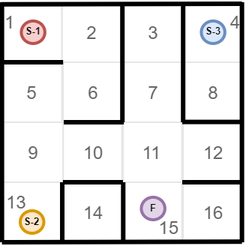
Above: Module7/practice/01_Maze-1/img/maze-task01.png in boo-learn/SpecialistPython2_v2 (draw.io), before the change. Source tidied: cells renumbered, new cells last; positions are measured from the earlier drawing's top-left corner, leaving out a move shared by most shapes. Its diagram source:
```xml
<mxGraphModel>
  <root>
    <mxCell id="0" />
    <mxCell id="1" parent="0" />
    <mxCell id="2" value="&lt;font color=&quot;#666666&quot;&gt;1&lt;/font&gt;" style="rounded=0;whiteSpace=wrap;html=1;fillColor=none;strokeColor=#E6E6E6;align=left;verticalAlign=top;" parent="1" vertex="1">
      <mxGeometry x="-0.2" width="40" height="40" as="geometry" />
    </mxCell>
    <mxCell id="3" value="&lt;font color=&quot;#666666&quot;&gt;2&lt;/font&gt;" style="rounded=0;whiteSpace=wrap;html=1;fillColor=none;strokeColor=#E6E6E6;" parent="1" vertex="1">
      <mxGeometry x="39.8" width="40" height="40" as="geometry" />
    </mxCell>
    <mxCell id="4" value="&lt;font color=&quot;#666666&quot;&gt;3&lt;/font&gt;" style="rounded=0;whiteSpace=wrap;html=1;fillColor=none;strokeColor=#E6E6E6;" parent="1" vertex="1">
      <mxGeometry x="80.6" width="40" height="40" as="geometry" />
    </mxCell>
    <mxCell id="5" value="&lt;font color=&quot;#666666&quot;&gt;4&lt;/font&gt;" style="rounded=0;whiteSpace=wrap;html=1;fillColor=none;strokeColor=#E6E6E6;align=right;verticalAlign=top;" parent="1" vertex="1">
      <mxGeometry x="120.6" width="40" height="40" as="geometry" />
    </mxCell>
    <mxCell id="6" value="&lt;font color=&quot;#666666&quot;&gt;5&lt;/font&gt;" style="rounded=0;whiteSpace=wrap;html=1;fillColor=none;strokeColor=#E6E6E6;" parent="1" vertex="1">
      <mxGeometry x="-0.2" y="40" width="40" height="40" as="geometry" />
    </mxCell>
    <mxCell id="7" value="&lt;font color=&quot;#666666&quot;&gt;6&lt;/font&gt;" style="rounded=0;whiteSpace=wrap;html=1;fillColor=none;strokeColor=#E6E6E6;" parent="1" vertex="1">
      <mxGeometry x="40.6" y="40" width="40" height="40" as="geometry" />
    </mxCell>
    <mxCell id="8" value="&lt;font color=&quot;#666666&quot;&gt;7&lt;/font&gt;" style="rounded=0;whiteSpace=wrap;html=1;fillColor=none;strokeColor=#E6E6E6;" parent="1" vertex="1">
      <mxGeometry x="80.6" y="40" width="40" height="40" as="geometry" />
    </mxCell>
    <mxCell id="9" value="&lt;font color=&quot;#666666&quot;&gt;8&lt;/font&gt;" style="rounded=0;whiteSpace=wrap;html=1;fillColor=none;strokeColor=#E6E6E6;" parent="1" vertex="1">
      <mxGeometry x="120.6" y="40" width="40" height="40" as="geometry" />
    </mxCell>
    <mxCell id="10" value="&lt;font color=&quot;#666666&quot;&gt;9&lt;/font&gt;" style="rounded=0;whiteSpace=wrap;html=1;fillColor=none;strokeColor=#E6E6E6;" parent="1" vertex="1">
      <mxGeometry x="0.6" y="80" width="40" height="40" as="geometry" />
    </mxCell>
    <mxCell id="11" value="&lt;font color=&quot;#666666&quot;&gt;10&lt;/font&gt;" style="rounded=0;whiteSpace=wrap;html=1;fillColor=none;strokeColor=#E6E6E6;" parent="1" vertex="1">
      <mxGeometry x="40.6" y="80" width="40" height="40" as="geometry" />
    </mxCell>
    <mxCell id="12" value="&lt;font color=&quot;#666666&quot;&gt;11&lt;/font&gt;" style="rounded=0;whiteSpace=wrap;html=1;fillColor=none;strokeColor=#E6E6E6;" parent="1" vertex="1">
      <mxGeometry x="79.8" y="80" width="40" height="40" as="geometry" />
    </mxCell>
    <mxCell id="13" value="&lt;font color=&quot;#666666&quot;&gt;12&lt;/font&gt;" style="rounded=0;whiteSpace=wrap;html=1;fillColor=none;strokeColor=#E6E6E6;" parent="1" vertex="1">
      <mxGeometry x="120.6" y="80" width="40" height="40" as="geometry" />
    </mxCell>
    <mxCell id="14" value="&lt;font color=&quot;#666666&quot;&gt;13&lt;/font&gt;" style="rounded=0;whiteSpace=wrap;html=1;fillColor=none;strokeColor=#E6E6E6;align=left;verticalAlign=top;" parent="1" vertex="1">
      <mxGeometry x="0.6" y="120" width="40" height="40" as="geometry" />
    </mxCell>
    <mxCell id="15" value="&lt;font color=&quot;#666666&quot;&gt;14&lt;/font&gt;" style="rounded=0;whiteSpace=wrap;html=1;fillColor=none;strokeColor=#E6E6E6;" parent="1" vertex="1">
      <mxGeometry x="40.6" y="120" width="40" height="40" as="geometry" />
    </mxCell>
    <mxCell id="16" value="&lt;font color=&quot;#666666&quot;&gt;15&lt;/font&gt;" style="rounded=0;whiteSpace=wrap;html=1;fillColor=none;strokeColor=#E6E6E6;align=right;verticalAlign=bottom;" parent="1" vertex="1">
      <mxGeometry x="79.8" y="120" width="40" height="40" as="geometry" />
    </mxCell>
    <mxCell id="17" value="&lt;font color=&quot;#666666&quot;&gt;16&lt;/font&gt;" style="rounded=0;whiteSpace=wrap;html=1;fillColor=none;strokeColor=#E6E6E6;" parent="1" vertex="1">
      <mxGeometry x="120.6" y="120" width="40" height="40" as="geometry" />
    </mxCell>
    <mxCell id="18" style="endArrow=none;html=1;strokeWidth=3;" parent="1" edge="1">
      <mxGeometry relative="1" as="geometry">
        <mxPoint x="0.6" y="40" as="sourcePoint" />
        <mxPoint x="40.6" y="40" as="targetPoint" />
      </mxGeometry>
    </mxCell>
    <mxCell id="19" style="endArrow=none;html=1;strokeWidth=3;" parent="1" edge="1">
      <mxGeometry relative="1" as="geometry">
        <mxPoint x="80.1" y="40" as="sourcePoint" />
        <mxPoint x="80.1" as="targetPoint" />
      </mxGeometry>
    </mxCell>
    <mxCell id="20" style="endArrow=none;html=1;strokeWidth=3;" parent="1" edge="1">
      <mxGeometry relative="1" as="geometry">
        <mxPoint x="80.1" y="80" as="sourcePoint" />
        <mxPoint x="80.1" y="40" as="targetPoint" />
      </mxGeometry>
    </mxCell>
    <mxCell id="21" style="endArrow=none;html=1;strokeWidth=3;" parent="1" edge="1">
      <mxGeometry relative="1" as="geometry">
        <mxPoint x="40" y="160" as="sourcePoint" />
        <mxPoint x="40" y="120" as="targetPoint" />
      </mxGeometry>
    </mxCell>
    <mxCell id="22" style="endArrow=none;html=1;strokeWidth=3;" parent="1" edge="1">
      <mxGeometry relative="1" as="geometry">
        <mxPoint x="41" y="80" as="sourcePoint" />
        <mxPoint x="81" y="80" as="targetPoint" />
      </mxGeometry>
    </mxCell>
    <mxCell id="23" style="endArrow=none;html=1;strokeWidth=3;" parent="1" edge="1">
      <mxGeometry relative="1" as="geometry">
        <mxPoint x="40.5" y="120" as="sourcePoint" />
        <mxPoint x="80.5" y="120" as="targetPoint" />
      </mxGeometry>
    </mxCell>
    <mxCell id="24" style="endArrow=none;html=1;strokeColor=#000000;strokeWidth=3;" parent="1" edge="1">
      <mxGeometry relative="1" as="geometry">
        <mxPoint x="120" y="120" as="sourcePoint" />
        <mxPoint x="160" y="120" as="targetPoint" />
      </mxGeometry>
    </mxCell>
    <mxCell id="25" style="endArrow=none;html=1;strokeWidth=3;" parent="1" edge="1">
      <mxGeometry relative="1" as="geometry">
        <mxPoint x="120" y="79.8" as="sourcePoint" />
        <mxPoint x="160" y="79.8" as="targetPoint" />
      </mxGeometry>
    </mxCell>
    <mxCell id="26" style="endArrow=none;html=1;strokeWidth=3;" parent="1" edge="1">
      <mxGeometry relative="1" as="geometry">
        <mxPoint x="120.6" y="80" as="sourcePoint" />
        <mxPoint x="120.6" y="40" as="targetPoint" />
      </mxGeometry>
    </mxCell>
    <mxCell id="27" style="endArrow=none;html=1;strokeWidth=3;" parent="1" edge="1">
      <mxGeometry relative="1" as="geometry">
        <mxPoint x="120.6" y="40" as="sourcePoint" />
        <mxPoint x="120.6" as="targetPoint" />
      </mxGeometry>
    </mxCell>
    <mxCell id="28" style="endArrow=none;html=1;strokeWidth=3;" parent="1" edge="1">
      <mxGeometry relative="1" as="geometry">
        <mxPoint x="80.7" y="160" as="sourcePoint" />
        <mxPoint x="80.7" y="120" as="targetPoint" />
      </mxGeometry>
    </mxCell>
    <mxCell id="29" value="&lt;font style=&quot;font-size: 8px ; line-height: 100%&quot;&gt;&lt;sup&gt;&lt;b&gt;S-1&lt;/b&gt;&lt;/sup&gt;&lt;/font&gt;" style="ellipse;whiteSpace=wrap;html=1;strokeColor=#b85450;strokeWidth=2;fillColor=#f8cecc;align=center;" parent="1" vertex="1">
      <mxGeometry x="12.7" y="12.5" width="15.7" height="15" as="geometry" />
    </mxCell>
    <mxCell id="30" value="&lt;font style=&quot;font-size: 8px ; line-height: 100%&quot;&gt;&lt;sup&gt;&lt;b&gt;S-2&lt;/b&gt;&lt;/sup&gt;&lt;/font&gt;" style="ellipse;whiteSpace=wrap;html=1;strokeColor=#d79b00;strokeWidth=2;fillColor=#ffe6cc;align=center;" parent="1" vertex="1">
      <mxGeometry x="12" y="139" width="15.7" height="15" as="geometry" />
    </mxCell>
    <mxCell id="31" value="&lt;font style=&quot;font-size: 8px ; line-height: 100%&quot;&gt;&lt;sup&gt;&lt;b&gt;S-3&lt;/b&gt;&lt;/sup&gt;&lt;/font&gt;" style="ellipse;whiteSpace=wrap;html=1;strokeColor=#6c8ebf;strokeWidth=2;fillColor=#dae8fc;align=center;" parent="1" vertex="1">
      <mxGeometry x="132.7" y="12.5" width="15.7" height="15" as="geometry" />
    </mxCell>
    <mxCell id="32" value="&lt;font style=&quot;font-size: 8px ; line-height: 100%&quot;&gt;&lt;sup&gt;&lt;b&gt;F&lt;/b&gt;&lt;/sup&gt;&lt;/font&gt;" style="ellipse;whiteSpace=wrap;html=1;strokeColor=#9673a6;strokeWidth=2;fillColor=#e1d5e7;align=center;" parent="1" vertex="1">
      <mxGeometry x="92.7" y="130" width="15.7" height="15" as="geometry" />
    </mxCell>
    <mxCell id="33" style="endArrow=none;html=1;strokeWidth=3;" parent="1" edge="1">
      <mxGeometry relative="1" as="geometry">
        <mxPoint x="-0.2" y="160" as="sourcePoint" />
        <mxPoint x="-0.2" as="targetPoint" />
      </mxGeometry>
    </mxCell>
    <mxCell id="34" style="endArrow=none;html=1;strokeWidth=3;" parent="1" edge="1">
      <mxGeometry relative="1" as="geometry">
        <mxPoint x="-0.2" y="1.4" as="sourcePoint" />
        <mxPoint x="159.8" y="1" as="targetPoint" />
      </mxGeometry>
    </mxCell>
    <mxCell id="35" style="endArrow=none;html=1;strokeWidth=3;" parent="1" edge="1">
      <mxGeometry relative="1" as="geometry">
        <mxPoint x="159.8" y="160" as="sourcePoint" />
        <mxPoint x="159.8" as="targetPoint" />
      </mxGeometry>
    </mxCell>
    <mxCell id="36" style="endArrow=none;html=1;strokeWidth=3;" parent="1" edge="1">
      <mxGeometry relative="1" as="geometry">
        <mxPoint x="-0.2" y="160" as="sourcePoint" />
        <mxPoint x="159.8" y="159.6" as="targetPoint" />
      </mxGeometry>
    </mxCell>
  </root>
</mxGraphModel>
```
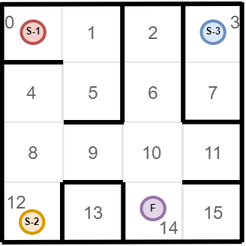
Later version of the same file.

What changed in the source:
```diff
@@ -2,52 +2,52 @@
   <root>
     <mxCell id="0" />
     <mxCell id="1" parent="0" />
-    <mxCell id="2" value="&lt;font color=&quot;#666666&quot;&gt;1&lt;/font&gt;" style="rounded=0;whiteSpace=wrap;html=1;fillColor=none;strokeColor=#E6E6E6;align=left;verticalAlign=top;" parent="1" vertex="1">
+    <mxCell id="2" value="&lt;font color=&quot;#666666&quot;&gt;0&lt;/font&gt;" style="rounded=0;whiteSpace=wrap;html=1;fillColor=none;strokeColor=#E6E6E6;align=left;verticalAlign=top;" parent="1" vertex="1">
       <mxGeometry x="-0.2" width="40" height="40" as="geometry" />
     </mxCell>
-    <mxCell id="3" value="&lt;font color=&quot;#666666&quot;&gt;2&lt;/font&gt;" style="rounded=0;whiteSpace=wrap;html=1;fillColor=none;strokeColor=#E6E6E6;" parent="1" vertex="1">
+    <mxCell id="3" value="&lt;font color=&quot;#666666&quot;&gt;1&lt;/font&gt;" style="rounded=0;whiteSpace=wrap;html=1;fillColor=none;strokeColor=#E6E6E6;" parent="1" vertex="1">
       <mxGeometry x="39.8" width="40" height="40" as="geometry" />
     </mxCell>
-    <mxCell id="4" value="&lt;font color=&quot;#666666&quot;&gt;3&lt;/font&gt;" style="rounded=0;whiteSpace=wrap;html=1;fillColor=none;strokeColor=#E6E6E6;" parent="1" vertex="1">
+    <mxCell id="4" value="&lt;font color=&quot;#666666&quot;&gt;2&lt;/font&gt;" style="rounded=0;whiteSpace=wrap;html=1;fillColor=none;strokeColor=#E6E6E6;" parent="1" vertex="1">
       <mxGeometry x="80.6" width="40" height="40" as="geometry" />
     </mxCell>
-    <mxCell id="5" value="&lt;font color=&quot;#666666&quot;&gt;4&lt;/font&gt;" style="rounded=0;whiteSpace=wrap;html=1;fillColor=none;strokeColor=#E6E6E6;align=right;verticalAlign=top;" parent="1" vertex="1">
+    <mxCell id="5" value="&lt;font color=&quot;#666666&quot;&gt;3&lt;/font&gt;" style="rounded=0;whiteSpace=wrap;html=1;fillColor=none;strokeColor=#E6E6E6;align=right;verticalAlign=top;" parent="1" vertex="1">
       <mxGeometry x="120.6" width="40" height="40" as="geometry" />
     </mxCell>
-    <mxCell id="6" value="&lt;font color=&quot;#666666&quot;&gt;5&lt;/font&gt;" style="rounded=0;whiteSpace=wrap;html=1;fillColor=none;strokeColor=#E6E6E6;" parent="1" vertex="1">
+    <mxCell id="6" value="&lt;font color=&quot;#666666&quot;&gt;4&lt;/font&gt;" style="rounded=0;whiteSpace=wrap;html=1;fillColor=none;strokeColor=#E6E6E6;" parent="1" vertex="1">
       <mxGeometry x="-0.2" y="40" width="40" height="40" as="geometry" />
     </mxCell>
-    <mxCell id="7" value="&lt;font color=&quot;#666666&quot;&gt;6&lt;/font&gt;" style="rounded=0;whiteSpace=wrap;html=1;fillColor=none;strokeColor=#E6E6E6;" parent="1" vertex="1">
+    <mxCell id="7" value="&lt;font color=&quot;#666666&quot;&gt;5&lt;/font&gt;" style="rounded=0;whiteSpace=wrap;html=1;fillColor=none;strokeColor=#E6E6E6;" parent="1" vertex="1">
       <mxGeometry x="40.6" y="40" width="40" height="40" as="geometry" />
     </mxCell>
-    <mxCell id="8" value="&lt;font color=&quot;#666666&quot;&gt;7&lt;/font&gt;" style="rounded=0;whiteSpace=wrap;html=1;fillColor=none;strokeColor=#E6E6E6;" parent="1" vertex="1">
+    <mxCell id="8" value="&lt;font color=&quot;#666666&quot;&gt;6&lt;/font&gt;" style="rounded=0;whiteSpace=wrap;html=1;fillColor=none;strokeColor=#E6E6E6;" parent="1" vertex="1">
       <mxGeometry x="80.6" y="40" width="40" height="40" as="geometry" />
     </mxCell>
-    <mxCell id="9" value="&lt;font color=&quot;#666666&quot;&gt;8&lt;/font&gt;" style="rounded=0;whiteSpace=wrap;html=1;fillColor=none;strokeColor=#E6E6E6;" parent="1" vertex="1">
+    <mxCell id="9" value="&lt;font color=&quot;#666666&quot;&gt;7&lt;/font&gt;" style="rounded=0;whiteSpace=wrap;html=1;fillColor=none;strokeColor=#E6E6E6;" parent="1" vertex="1">
       <mxGeometry x="120.6" y="40" width="40" height="40" as="geometry" />
     </mxCell>
-    <mxCell id="10" value="&lt;font color=&quot;#666666&quot;&gt;9&lt;/font&gt;" style="rounded=0;whiteSpace=wrap;html=1;fillColor=none;strokeColor=#E6E6E6;" parent="1" vertex="1">
+    <mxCell id="10" value="&lt;font color=&quot;#666666&quot;&gt;8&lt;/font&gt;" style="rounded=0;whiteSpace=wrap;html=1;fillColor=none;strokeColor=#E6E6E6;" parent="1" vertex="1">
       <mxGeometry x="0.6" y="80" width="40" height="40" as="geometry" />
     </mxCell>
-    <mxCell id="11" value="&lt;font color=&quot;#666666&quot;&gt;10&lt;/font&gt;" style="rounded=0;whiteSpace=wrap;html=1;fillColor=none;strokeColor=#E6E6E6;" parent="1" vertex="1">
+    <mxCell id="11" value="&lt;font color=&quot;#666666&quot;&gt;9&lt;/font&gt;" style="rounded=0;whiteSpace=wrap;html=1;fillColor=none;strokeColor=#E6E6E6;" parent="1" vertex="1">
       <mxGeometry x="40.6" y="80" width="40" height="40" as="geometry" />
     </mxCell>
-    <mxCell id="12" value="&lt;font color=&quot;#666666&quot;&gt;11&lt;/font&gt;" style="rounded=0;whiteSpace=wrap;html=1;fillColor=none;strokeColor=#E6E6E6;" parent="1" vertex="1">
+    <mxCell id="12" value="&lt;font color=&quot;#666666&quot;&gt;10&lt;/font&gt;" style="rounded=0;whiteSpace=wrap;html=1;fillColor=none;strokeColor=#E6E6E6;" parent="1" vertex="1">
       <mxGeometry x="79.8" y="80" width="40" height="40" as="geometry" />
     </mxCell>
-    <mxCell id="13" value="&lt;font color=&quot;#666666&quot;&gt;12&lt;/font&gt;" style="rounded=0;whiteSpace=wrap;html=1;fillColor=none;strokeColor=#E6E6E6;" parent="1" vertex="1">
+    <mxCell id="13" value="&lt;font color=&quot;#666666&quot;&gt;11&lt;/font&gt;" style="rounded=0;whiteSpace=wrap;html=1;fillColor=none;strokeColor=#E6E6E6;" parent="1" vertex="1">
       <mxGeometry x="120.6" y="80" width="40" height="40" as="geometry" />
     </mxCell>
-    <mxCell id="14" value="&lt;font color=&quot;#666666&quot;&gt;13&lt;/font&gt;" style="rounded=0;whiteSpace=wrap;html=1;fillColor=none;strokeColor=#E6E6E6;align=left;verticalAlign=top;" parent="1" vertex="1">
+    <mxCell id="14" value="&lt;font color=&quot;#666666&quot;&gt;12&lt;/font&gt;" style="rounded=0;whiteSpace=wrap;html=1;fillColor=none;strokeColor=#E6E6E6;align=left;verticalAlign=top;" parent="1" vertex="1">
       <mxGeometry x="0.6" y="120" width="40" height="40" as="geometry" />
     </mxCell>
-    <mxCell id="15" value="&lt;font color=&quot;#666666&quot;&gt;14&lt;/font&gt;" style="rounded=0;whiteSpace=wrap;html=1;fillColor=none;strokeColor=#E6E6E6;" parent="1" vertex="1">
+    <mxCell id="15" value="&lt;font color=&quot;#666666&quot;&gt;13&lt;/font&gt;" style="rounded=0;whiteSpace=wrap;html=1;fillColor=none;strokeColor=#E6E6E6;" parent="1" vertex="1">
       <mxGeometry x="40.6" y="120" width="40" height="40" as="geometry" />
     </mxCell>
-    <mxCell id="16" value="&lt;font color=&quot;#666666&quot;&gt;15&lt;/font&gt;" style="rounded=0;whiteSpace=wrap;html=1;fillColor=none;strokeColor=#E6E6E6;align=right;verticalAlign=bottom;" parent="1" vertex="1">
+    <mxCell id="16" value="&lt;font color=&quot;#666666&quot;&gt;14&lt;/font&gt;" style="rounded=0;whiteSpace=wrap;html=1;fillColor=none;strokeColor=#E6E6E6;align=right;verticalAlign=bottom;" parent="1" vertex="1">
       <mxGeometry x="79.8" y="120" width="40" height="40" as="geometry" />
     </mxCell>
-    <mxCell id="17" value="&lt;font color=&quot;#666666&quot;&gt;16&lt;/font&gt;" style="rounded=0;whiteSpace=wrap;html=1;fillColor=none;strokeColor=#E6E6E6;" parent="1" vertex="1">
+    <mxCell id="17" value="&lt;font color=&quot;#666666&quot;&gt;15&lt;/font&gt;" style="rounded=0;whiteSpace=wrap;html=1;fillColor=none;strokeColor=#E6E6E6;" parent="1" vertex="1">
       <mxGeometry x="120.6" y="120" width="40" height="40" as="geometry" />
     </mxCell>
     <mxCell id="18" style="endArrow=none;html=1;strokeWidth=3;" parent="1" edge="1">
```
